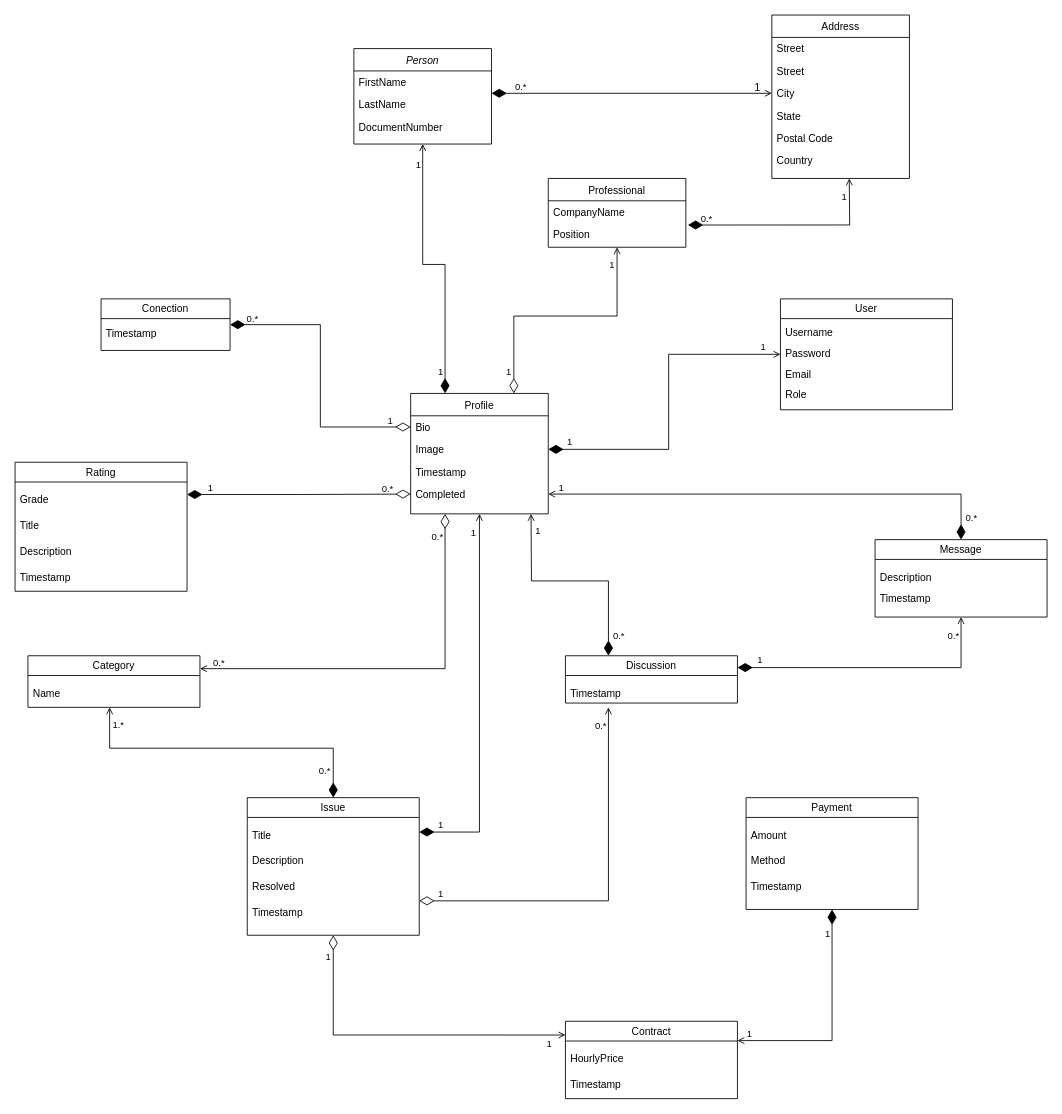
This is shared/Diagrams.net/Class Diagram.drawio from messiasGeovani/specialister-docs, a draw.io file, before an edit. Source tidied: cells renumbered, new cells numbered last; positions are measured from the earlier drawing's top-left corner, leaving out a move shared by most shapes. Both pictures are drawn from the tidied source at 86%, with x=0, y=0 at pixel (15, 15).
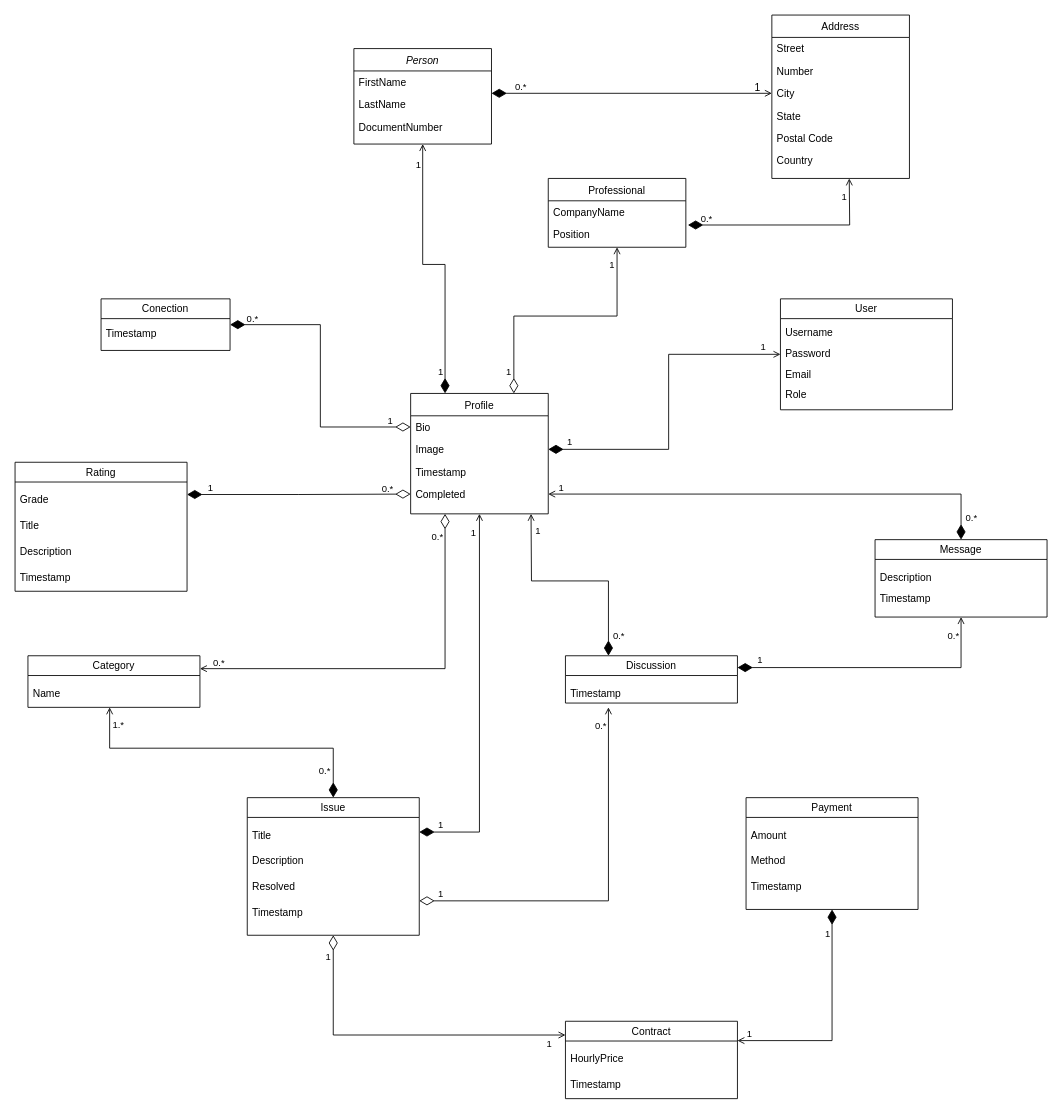
Above is the later version.

Unchanged cells that the change refers to:
```xml
<mxCell id="23" value="Address" style="swimlane;fontStyle=0;align=center;verticalAlign=top;horizontal=1;startSize=26;rounded=0;shadow=0;strokeWidth=1;" parent="1" vertex="1">
  <mxGeometry x="880" width="160" height="190" as="geometry" />
</mxCell>
```

Diff of the diagram source:
```diff
@@
-    <mxCell id="25" value="Street" style="text;align=left;verticalAlign=top;spacingLeft=4;spacingRight=4;overflow=hidden;" parent="23" vertex="1">
+    <mxCell id="25" value="Number" style="text;align=left;verticalAlign=top;spacingLeft=4;spacingRight=4;overflow=hidden;" parent="23" vertex="1">
       <mxGeometry y="52" width="160" height="26" as="geometry" />
     </mxCell>
```
